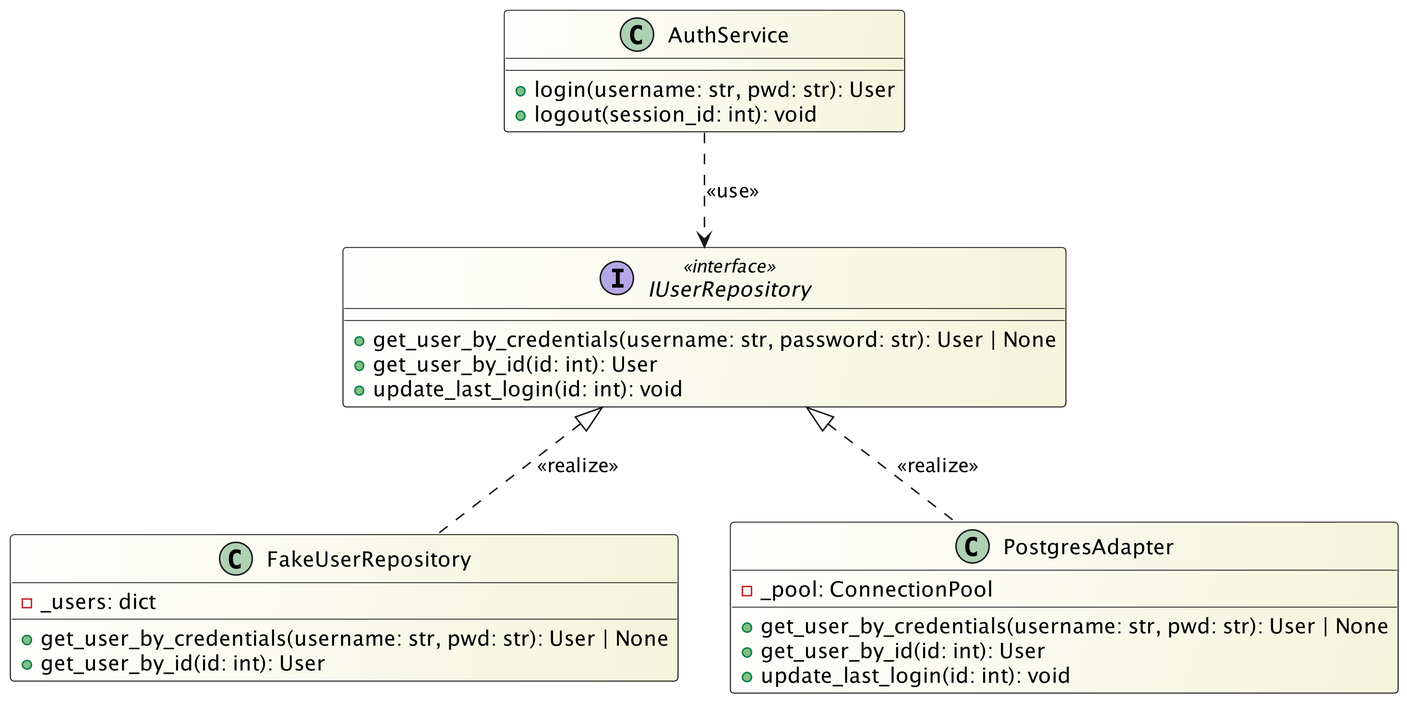
Above: src/PB/Documentazione Esterna/Contenuti/componenti_specifiche_tecniche/architetturalogica/repo_uml.png in swenightpro/Documentazione (PlantUML), before the change.
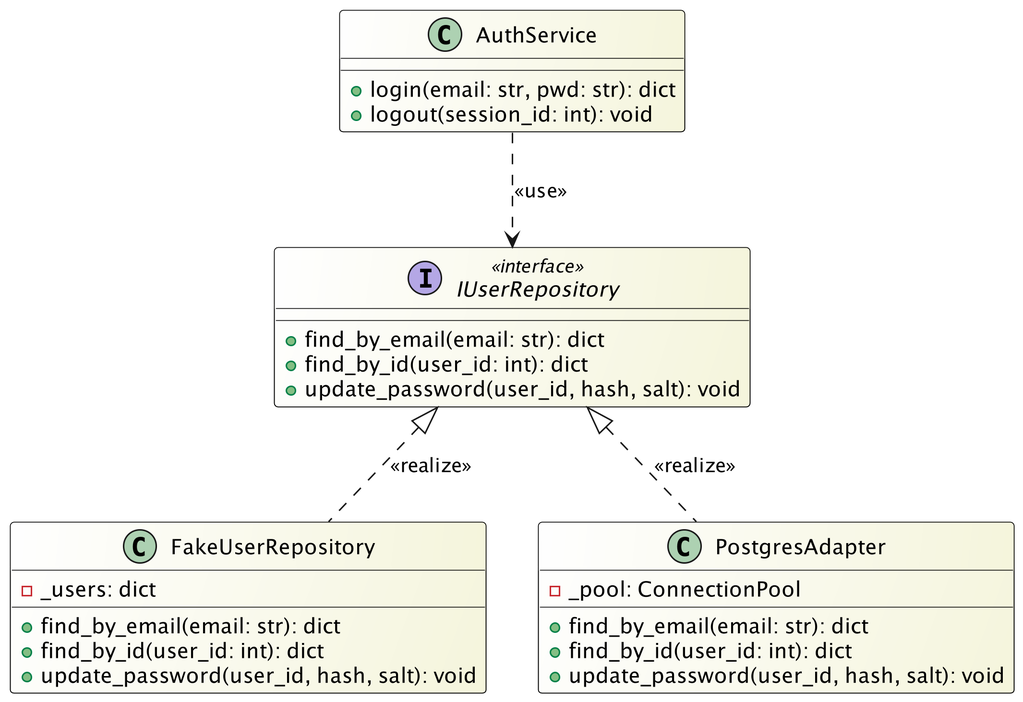
Above is the later version.

The edit, as a diff of the source:
```diff
@@ -1,5 +1,4 @@
 @startuml
-
 skinparam monochrome false
 skinparam classBackgroundColor White/Beige
 skinparam classBorderColor Black
@@ -7,31 +6,31 @@
 skinparam componentStyle uml2
 
 class AuthService {
-  + login(username: str, pwd: str): User
+  + login(email: str, pwd: str): dict
   + logout(session_id: int): void
 }
 
 interface IUserRepository <<interface>> {
-  + get_user_by_credentials(username: str, password: str): User | None
-  + get_user_by_id(id: int): User
-  + update_last_login(id: int): void
+  + find_by_email(email: str): dict
+  + find_by_id(user_id: int): dict
+  + update_password(user_id, hash, salt): void
 }
 
 class FakeUserRepository {
   - _users: dict
-  + get_user_by_credentials(username: str, pwd: str): User | None
-  + get_user_by_id(id: int): User
+  + find_by_email(email: str): dict
+  + find_by_id(user_id: int): dict
+  + update_password(user_id, hash, salt): void
 }
 
 class PostgresAdapter {
   - _pool: ConnectionPool
-  + get_user_by_credentials(username: str, pwd: str): User | None
-  + get_user_by_id(id: int): User
-  + update_last_login(id: int): void
+  + find_by_email(email: str): dict
+  + find_by_id(user_id: int): dict
+  + update_password(user_id, hash, salt): void
 }
 
 AuthService ..> IUserRepository : <<use>>
 FakeUserRepository .up.|> IUserRepository : <<realize>>
 PostgresAdapter .up.|> IUserRepository : <<realize>>
-
 @enduml
```
